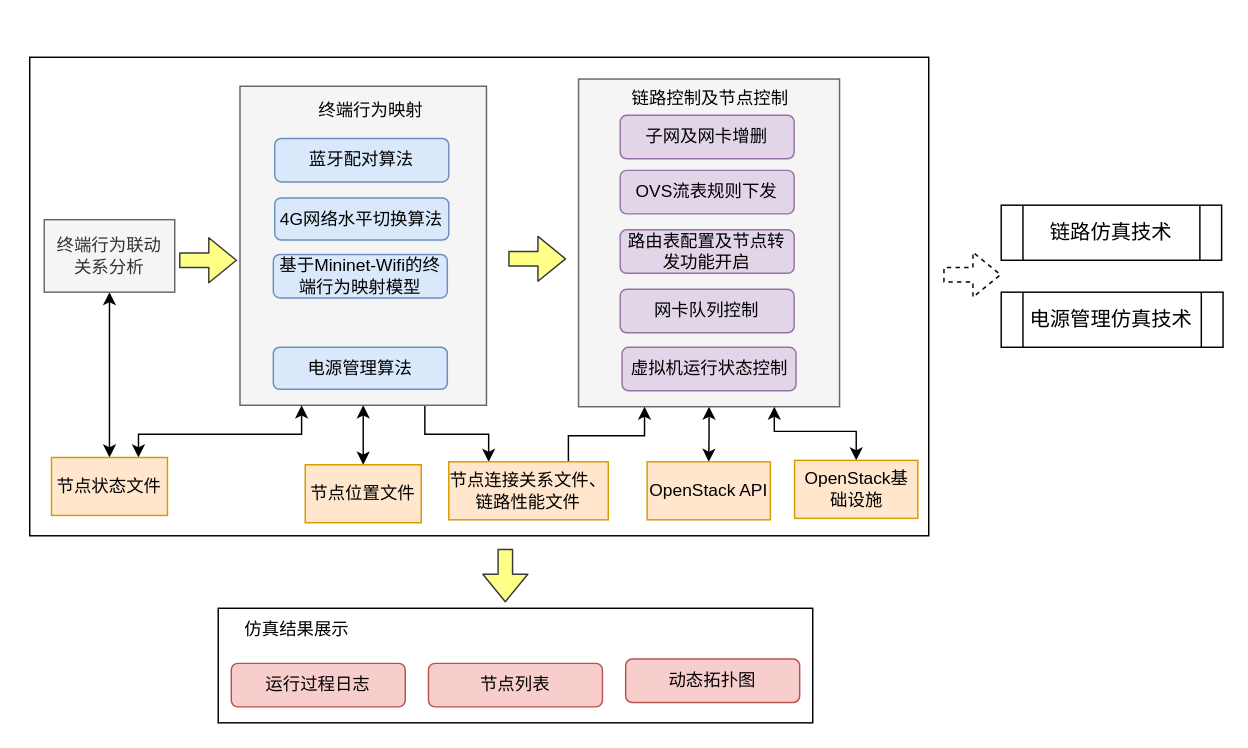
This is page "动态拓扑仿真体系架构" (11 of 12) of 网络控制技术_流程图.drawio from Icarus1994/neutron_conf, a draw.io file, before an edit. Source tidied: cells renumbered, new cells numbered last; positions are measured from the earlier drawing's top-left corner, leaving out a move shared by most shapes. Both pictures are drawn from the tidied source at 145%, with x=0, y=0 at pixel (29, 57).
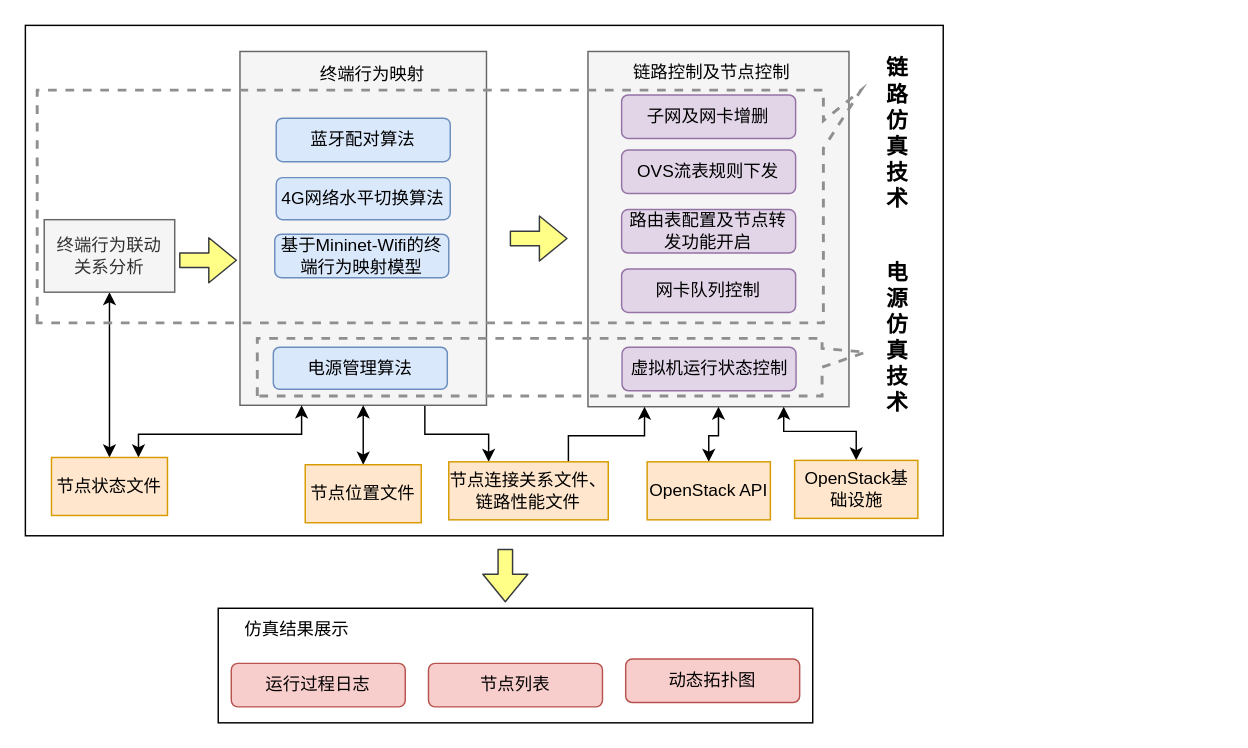
After the change.

Diff of the diagram source:
```diff
@@
     <mxCell id="2" style="rounded=0;whiteSpace=wrap;html=1;" parent="1" vertex="1">
-      <mxGeometry width="620" height="330" as="geometry" />
+      <mxGeometry x="-3" y="-22" width="633" height="352" as="geometry" />
     </mxCell>
@@
     <mxCell id="4" style="whiteSpace=wrap;html=1;fillColor=#f5f5f5;strokeColor=#666666;fontColor=#333333;" parent="1" vertex="1">
-      <mxGeometry x="378.5" y="15" width="180" height="226" as="geometry" />
+      <mxGeometry x="385" y="-4" width="180" height="245" as="geometry" />
     </mxCell>
@@
     <mxCell id="6" style="whiteSpace=wrap;html=1;fillColor=#f5f5f5;strokeColor=#666666;fontColor=#333333;" parent="1" vertex="1">
-      <mxGeometry x="145" y="20" width="170" height="220" as="geometry" />
+      <mxGeometry x="145" y="-4" width="170" height="244" as="geometry" />
     </mxCell>
@@
     <mxCell id="9" style="shape=flexArrow;endArrow=classic;html=1;fillColor=#ffff88;strokeColor=#36393d;" parent="1" edge="1">
       <mxGeometry relative="1" as="geometry">
-        <mxPoint x="330" y="139" as="sourcePoint" />
-        <mxPoint x="370" y="139" as="targetPoint" />
+        <mxPoint x="331" y="125" as="sourcePoint" />
+        <mxPoint x="371" y="125" as="targetPoint" />
       </mxGeometry>
     </mxCell>
     <mxCell id="10" value="终端行为映射" style="text;html=1;align=center;verticalAlign=middle;" parent="1" vertex="1">
-      <mxGeometry x="190" y="27" width="90" height="20" as="geometry" />
+      <mxGeometry x="191" y="2" width="90" height="20" as="geometry" />
     </mxCell>
     <mxCell id="11" value="链路控制及节点控制" style="text;html=1;align=center;verticalAlign=middle;" parent="1" vertex="1">
-      <mxGeometry x="409.5" y="20" width="118" height="18" as="geometry" />
+      <mxGeometry x="410.5" y="2" width="118" height="18" as="geometry" />
     </mxCell>
@@
     <mxCell id="20" value="蓝牙配对算法" style="rounded=1;whiteSpace=wrap;html=1;fillColor=#dae8fc;strokeColor=#6c8ebf;" parent="1" vertex="1">
-      <mxGeometry x="169" y="56" width="120" height="30" as="geometry" />
+      <mxGeometry x="170" y="42" width="120" height="30" as="geometry" />
     </mxCell>
     <mxCell id="21" value="基于Mininet-Wifi的终端行为映射模型" style="rounded=1;whiteSpace=wrap;html=1;fillColor=#dae8fc;strokeColor=#6c8ebf;" parent="1" vertex="1">
-      <mxGeometry x="168" y="136" width="120" height="30" as="geometry" />
+      <mxGeometry x="169" y="122" width="120" height="30" as="geometry" />
     </mxCell>
     <mxCell id="22" value="子网及网卡增删" style="rounded=1;whiteSpace=wrap;html=1;fillColor=#e1d5e7;strokeColor=#9673a6;" parent="1" vertex="1">
-      <mxGeometry x="407.2" y="40" width="120" height="30" as="geometry" />
+      <mxGeometry x="408.2" y="26" width="120" height="30" as="geometry" />
     </mxCell>
     <mxCell id="23" value="OVS流表规则下发" style="rounded=1;whiteSpace=wrap;html=1;fillColor=#e1d5e7;strokeColor=#9673a6;" parent="1" vertex="1">
-      <mxGeometry x="407.2" y="78" width="120" height="30" as="geometry" />
+      <mxGeometry x="408.2" y="64" width="120" height="30" as="geometry" />
     </mxCell>
     <mxCell id="24" value="路由表配置及节点转发功能开启" style="rounded=1;whiteSpace=wrap;html=1;fillColor=#e1d5e7;strokeColor=#9673a6;" parent="1" vertex="1">
-      <mxGeometry x="407.2" y="119" width="120" height="30" as="geometry" />
+      <mxGeometry x="408.2" y="105" width="120" height="30" as="geometry" />
     </mxCell>
@@
-    <mxCell id="28" style="shape=flexArrow;endArrow=classic;html=1;dashed=1;" parent="1" edge="1">
-      <mxGeometry relative="1" as="geometry">
-        <mxPoint x="630" y="150" as="sourcePoint" />
-        <mxPoint x="670" y="150" as="targetPoint" />
-      </mxGeometry>
-    </mxCell>
     <mxCell id="29" value="网卡队列控制" style="rounded=1;whiteSpace=wrap;html=1;fillColor=#e1d5e7;strokeColor=#9673a6;" parent="1" vertex="1">
-      <mxGeometry x="407.2" y="160" width="120" height="30" as="geometry" />
+      <mxGeometry x="408.2" y="146" width="120" height="30" as="geometry" />
     </mxCell>
@@
-    <mxCell id="37" value="链路仿真技术" style="shape=process;whiteSpace=wrap;html=1;backgroundOutline=1;fontSize=14;" parent="1" vertex="1">
-      <mxGeometry x="670" y="102" width="152" height="38" as="geometry" />
-    </mxCell>
-    <mxCell id="38" value="电源管理仿真技术" style="shape=process;whiteSpace=wrap;html=1;backgroundOutline=1;fontSize=14;" parent="1" vertex="1">
-      <mxGeometry x="670" y="162" width="153" height="38" as="geometry" />
-    </mxCell>
     <mxCell id="39" value="4G网络水平切换算法" style="rounded=1;whiteSpace=wrap;html=1;fillColor=#dae8fc;strokeColor=#6c8ebf;" parent="1" vertex="1">
-      <mxGeometry x="169" y="97" width="120" height="29" as="geometry" />
+      <mxGeometry x="170" y="83" width="120" height="29" as="geometry" />
     </mxCell>
+    <mxCell id="40" style="shape=callout;whiteSpace=wrap;html=1;perimeter=calloutPerimeter;dashed=1;strokeColor=#8F8F8F;strokeWidth=2;fillColor=none;position2=1;size=26;position=0.75;base=19;rotation=-90;" parent="1" vertex="1">
+      <mxGeometry x="209" y="-181.2" width="160.5" height="568.2" as="geometry" />
+    </mxCell>
+    <mxCell id="41" style="shape=callout;whiteSpace=wrap;html=1;perimeter=calloutPerimeter;dashed=1;strokeColor=#8F8F8F;strokeWidth=2;fillColor=none;position2=0.76;rotation=-90;base=13;" parent="1" vertex="1">
+      <mxGeometry x="346.8" y="4" width="39.8" height="419.5" as="geometry" />
+    </mxCell>
+    <mxCell id="42" value="&lt;b style=&quot;font-size: 15px;&quot;&gt;链&lt;br style=&quot;font-size: 15px;&quot;&gt;路&lt;br style=&quot;font-size: 15px;&quot;&gt;仿&lt;br style=&quot;font-size: 15px;&quot;&gt;真&lt;br style=&quot;font-size: 15px;&quot;&gt;技&lt;br style=&quot;font-size: 15px;&quot;&gt;术&lt;/b&gt;" style="text;html=1;align=center;verticalAlign=middle;fontSize=15;" parent="1" vertex="1">
+      <mxGeometry x="585" y="-4" width="25" height="112" as="geometry" />
+    </mxCell>
+    <mxCell id="43" value="&lt;b style=&quot;font-size: 15px;&quot;&gt;电&lt;br style=&quot;font-size: 15px;&quot;&gt;源&lt;br style=&quot;font-size: 15px;&quot;&gt;仿&lt;br style=&quot;font-size: 15px;&quot;&gt;真&lt;br style=&quot;font-size: 15px;&quot;&gt;技&lt;br style=&quot;font-size: 15px;&quot;&gt;术&lt;/b&gt;" style="text;html=1;align=center;verticalAlign=middle;fontSize=15;" parent="1" vertex="1">
+      <mxGeometry x="585" y="137" width="25" height="112" as="geometry" />
+    </mxCell>
```
